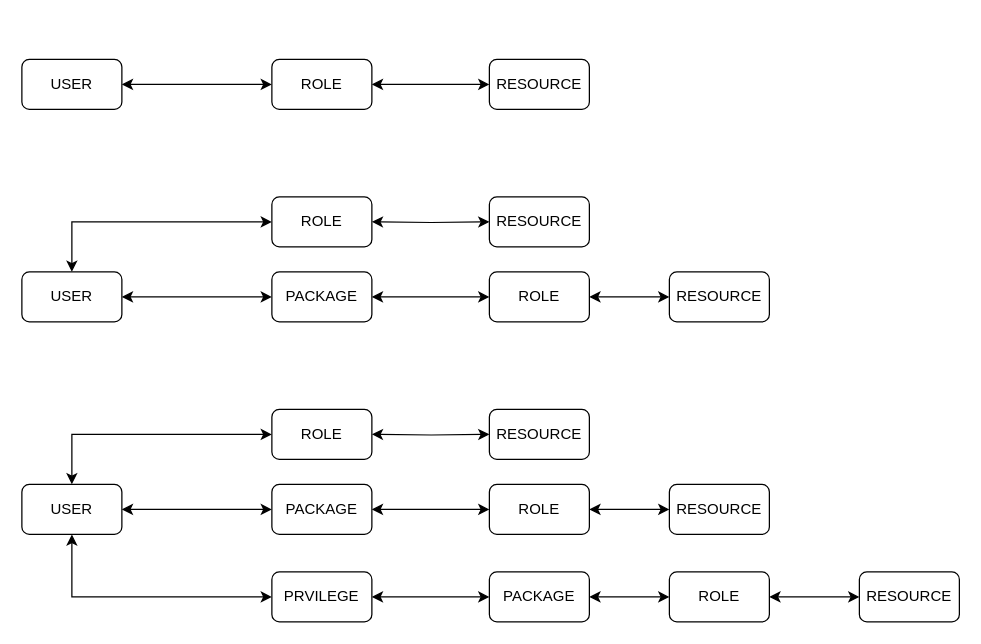
Earlier version of the draw.io diagram 用户权限模型变迁.drawio (yindongjun/gangzhang.github.io). Source tidied: cells renumbered, new cells numbered last; positions are measured from the earlier drawing's top-left corner, leaving out a move shared by most shapes. Both pictures are drawn from the tidied source at 125%, with x=0, y=0 at pixel (21, 59).
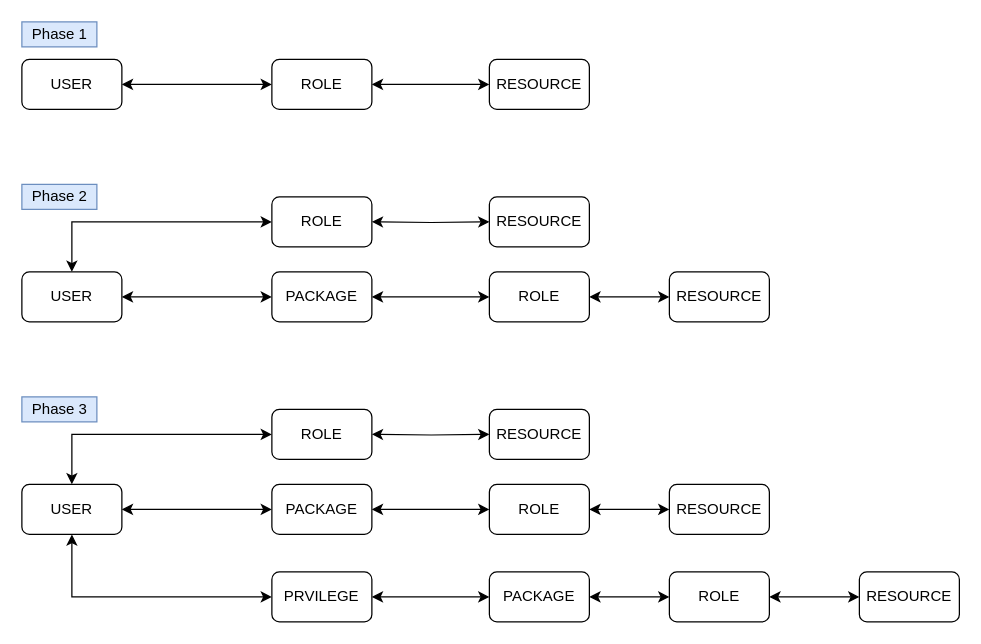
The same page after the edit.

Commit message (it also covers changes not shown here):
Update 用户权限模型变迁.drawio

Diff of the diagram source:
```diff
@@
+    <mxCell id="37" value="Phase 1" style="text;html=1;align=center;verticalAlign=middle;fillColor=#dae8fc;strokeColor=#6c8ebf;" parent="1" vertex="1">
+      <mxGeometry y="-30" width="60" height="20" as="geometry" />
+    </mxCell>
+    <mxCell id="38" value="Phase 2" style="text;html=1;align=center;verticalAlign=middle;fillColor=#dae8fc;strokeColor=#6c8ebf;" parent="1" vertex="1">
+      <mxGeometry y="100" width="60" height="20" as="geometry" />
+    </mxCell>
+    <mxCell id="39" value="Phase 3" style="text;html=1;align=center;verticalAlign=middle;fillColor=#dae8fc;strokeColor=#6c8ebf;" parent="1" vertex="1">
+      <mxGeometry y="270" width="60" height="20" as="geometry" />
+    </mxCell>
```
